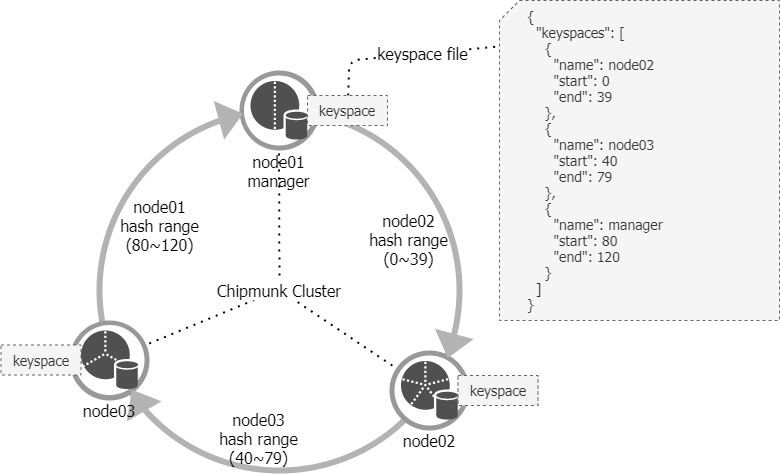
Earlier version of the draw.io export img/acm21-keyspace.png (uni2u/difs). Source tidied: cells renumbered, new cells last; positions are measured from the earlier drawing's top-left corner, leaving out a move shared by most shapes.
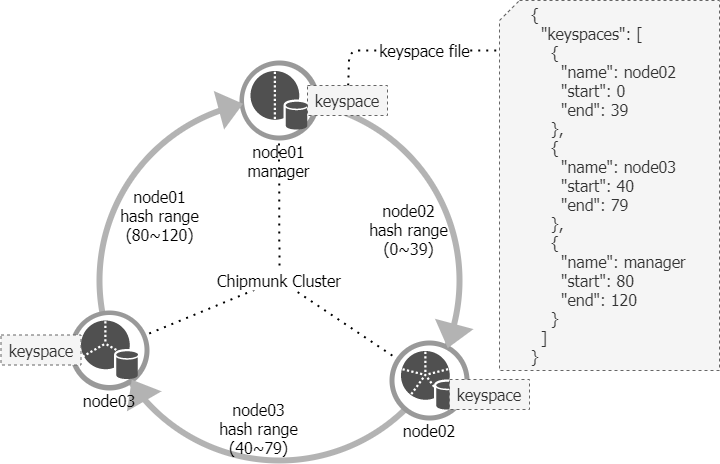
After the commit.

Diff of the diagram source:
```diff
@@ -74,23 +74,23 @@
     <mxCell id="25" value="node01&lt;br&gt;hash range&lt;br&gt;(80~120)" style="text;html=1;strokeColor=none;fillColor=none;align=center;verticalAlign=middle;whiteSpace=wrap;rounded=0;fontSize=16;fontFamily=Tahoma;" parent="1" vertex="1">
       <mxGeometry x="98" y="190" width="121" height="70" as="geometry" />
     </mxCell>
-    <mxCell id="26" value="&lt;span style=&quot;font-size: 14px;&quot;&gt;&amp;nbsp; &amp;nbsp; &amp;nbsp; {&lt;/span&gt;&lt;br style=&quot;font-size: 14px;&quot;&gt;&amp;nbsp; &amp;nbsp; &amp;nbsp;&amp;nbsp;&lt;span style=&quot;font-size: 14px;&quot;&gt;&amp;nbsp; &quot;keyspaces&quot;: [&lt;/span&gt;&lt;br style=&quot;font-size: 14px;&quot;&gt;&amp;nbsp; &amp;nbsp; &amp;nbsp;&amp;nbsp;&lt;span style=&quot;font-size: 14px;&quot;&gt;&amp;nbsp; &amp;nbsp; {&lt;/span&gt;&lt;br style=&quot;font-size: 14px;&quot;&gt;&amp;nbsp; &amp;nbsp; &amp;nbsp;&amp;nbsp;&lt;span style=&quot;font-size: 14px;&quot;&gt;&amp;nbsp; &amp;nbsp; &amp;nbsp; &quot;name&quot;: node02&lt;/span&gt;&lt;br style=&quot;font-size: 14px;&quot;&gt;&amp;nbsp; &amp;nbsp; &amp;nbsp;&amp;nbsp;&lt;span style=&quot;font-size: 14px;&quot;&gt;&amp;nbsp; &amp;nbsp; &amp;nbsp; &quot;start&quot;: 0&lt;/span&gt;&lt;br style=&quot;font-size: 14px;&quot;&gt;&amp;nbsp; &amp;nbsp; &amp;nbsp;&amp;nbsp;&lt;span style=&quot;font-size: 14px;&quot;&gt;&amp;nbsp; &amp;nbsp; &amp;nbsp; &quot;end&quot;: 39&lt;/span&gt;&lt;br style=&quot;font-size: 14px;&quot;&gt;&amp;nbsp; &amp;nbsp; &amp;nbsp;&amp;nbsp;&lt;span style=&quot;font-size: 14px;&quot;&gt;&amp;nbsp; &amp;nbsp; },&lt;/span&gt;&lt;br style=&quot;font-size: 14px;&quot;&gt;&amp;nbsp; &amp;nbsp; &amp;nbsp;&amp;nbsp;&lt;span style=&quot;font-size: 14px;&quot;&gt;&amp;nbsp; &amp;nbsp; {&lt;/span&gt;&lt;br style=&quot;font-size: 14px;&quot;&gt;&amp;nbsp; &amp;nbsp; &amp;nbsp;&amp;nbsp;&lt;span style=&quot;font-size: 14px;&quot;&gt;&amp;nbsp; &amp;nbsp; &amp;nbsp; &quot;name&quot;: node03&lt;/span&gt;&lt;br style=&quot;font-size: 14px;&quot;&gt;&amp;nbsp; &amp;nbsp; &amp;nbsp;&amp;nbsp;&lt;span style=&quot;font-size: 14px;&quot;&gt;&amp;nbsp; &amp;nbsp; &amp;nbsp; &quot;start&quot;: 40&lt;/span&gt;&lt;br style=&quot;font-size: 14px;&quot;&gt;&amp;nbsp; &amp;nbsp; &amp;nbsp;&amp;nbsp;&lt;span style=&quot;font-size: 14px;&quot;&gt;&amp;nbsp; &amp;nbsp; &amp;nbsp; &quot;end&quot;: 79&lt;/span&gt;&lt;br style=&quot;font-size: 14px;&quot;&gt;&amp;nbsp; &amp;nbsp; &amp;nbsp;&amp;nbsp;&lt;span style=&quot;font-size: 14px;&quot;&gt;&amp;nbsp; &amp;nbsp; },&lt;/span&gt;&lt;br style=&quot;font-size: 14px;&quot;&gt;&amp;nbsp; &amp;nbsp; &amp;nbsp;&amp;nbsp;&lt;span style=&quot;font-size: 14px;&quot;&gt;&amp;nbsp; &amp;nbsp; {&lt;/span&gt;&lt;br style=&quot;font-size: 14px;&quot;&gt;&amp;nbsp; &amp;nbsp; &amp;nbsp;&amp;nbsp;&lt;span style=&quot;font-size: 14px;&quot;&gt;&amp;nbsp; &amp;nbsp; &amp;nbsp; &quot;name&quot;: manager&lt;/span&gt;&lt;br style=&quot;font-size: 14px;&quot;&gt;&amp;nbsp; &amp;nbsp; &amp;nbsp;&amp;nbsp;&lt;span style=&quot;font-size: 14px;&quot;&gt;&amp;nbsp; &amp;nbsp; &amp;nbsp; &quot;start&quot;: 80&lt;/span&gt;&lt;br style=&quot;font-size: 14px;&quot;&gt;&amp;nbsp; &amp;nbsp; &amp;nbsp;&amp;nbsp;&lt;span style=&quot;font-size: 14px;&quot;&gt;&amp;nbsp; &amp;nbsp; &amp;nbsp; &quot;end&quot;: 120&lt;/span&gt;&lt;br style=&quot;font-size: 14px;&quot;&gt;&amp;nbsp; &amp;nbsp; &amp;nbsp;&amp;nbsp;&lt;span style=&quot;font-size: 14px;&quot;&gt;&amp;nbsp; &amp;nbsp; }&lt;/span&gt;&lt;br style=&quot;font-size: 14px;&quot;&gt;&amp;nbsp; &amp;nbsp; &amp;nbsp;&amp;nbsp;&lt;span style=&quot;font-size: 14px;&quot;&gt;&amp;nbsp; ]&lt;/span&gt;&lt;br style=&quot;font-size: 14px;&quot;&gt;&amp;nbsp; &amp;nbsp; &amp;nbsp;&amp;nbsp;&lt;span style=&quot;font-size: 14px;&quot;&gt;}&lt;/span&gt;" style="shape=card;whiteSpace=wrap;html=1;dashed=1;fillColor=#f5f5f5;fontFamily=Tahoma;fontSize=14;align=left;strokeColor=#666666;fontColor=#333333;size=20;" parent="1" vertex="1">
-      <mxGeometry x="498" width="280" height="320" as="geometry" />
+    <mxCell id="26" value="&lt;span style=&quot;font-size: 16px;&quot;&gt;&amp;nbsp; &amp;nbsp; &amp;nbsp; {&lt;/span&gt;&lt;br style=&quot;font-size: 16px;&quot;&gt;&amp;nbsp; &amp;nbsp; &amp;nbsp;&amp;nbsp;&lt;span style=&quot;font-size: 16px;&quot;&gt;&amp;nbsp; &quot;keyspaces&quot;: [&lt;/span&gt;&lt;br style=&quot;font-size: 16px;&quot;&gt;&amp;nbsp; &amp;nbsp; &amp;nbsp;&amp;nbsp;&lt;span style=&quot;font-size: 16px;&quot;&gt;&amp;nbsp; &amp;nbsp; {&lt;/span&gt;&lt;br style=&quot;font-size: 16px;&quot;&gt;&amp;nbsp; &amp;nbsp; &amp;nbsp;&amp;nbsp;&lt;span style=&quot;font-size: 16px;&quot;&gt;&amp;nbsp; &amp;nbsp; &amp;nbsp; &quot;name&quot;: node02&lt;/span&gt;&lt;br style=&quot;font-size: 16px;&quot;&gt;&amp;nbsp; &amp;nbsp; &amp;nbsp;&amp;nbsp;&lt;span style=&quot;font-size: 16px;&quot;&gt;&amp;nbsp; &amp;nbsp; &amp;nbsp; &quot;start&quot;: 0&lt;/span&gt;&lt;br style=&quot;font-size: 16px;&quot;&gt;&amp;nbsp; &amp;nbsp; &amp;nbsp;&amp;nbsp;&lt;span style=&quot;font-size: 16px;&quot;&gt;&amp;nbsp; &amp;nbsp; &amp;nbsp; &quot;end&quot;: 39&lt;/span&gt;&lt;br style=&quot;font-size: 16px;&quot;&gt;&amp;nbsp; &amp;nbsp; &amp;nbsp;&amp;nbsp;&lt;span style=&quot;font-size: 16px;&quot;&gt;&amp;nbsp; &amp;nbsp; },&lt;/span&gt;&lt;br style=&quot;font-size: 16px;&quot;&gt;&amp;nbsp; &amp;nbsp; &amp;nbsp;&amp;nbsp;&lt;span style=&quot;font-size: 16px;&quot;&gt;&amp;nbsp; &amp;nbsp; {&lt;/span&gt;&lt;br style=&quot;font-size: 16px;&quot;&gt;&amp;nbsp; &amp;nbsp; &amp;nbsp;&amp;nbsp;&lt;span style=&quot;font-size: 16px;&quot;&gt;&amp;nbsp; &amp;nbsp; &amp;nbsp; &quot;name&quot;: node03&lt;/span&gt;&lt;br style=&quot;font-size: 16px;&quot;&gt;&amp;nbsp; &amp;nbsp; &amp;nbsp;&amp;nbsp;&lt;span style=&quot;font-size: 16px;&quot;&gt;&amp;nbsp; &amp;nbsp; &amp;nbsp; &quot;start&quot;: 40&lt;/span&gt;&lt;br style=&quot;font-size: 16px;&quot;&gt;&amp;nbsp; &amp;nbsp; &amp;nbsp;&amp;nbsp;&lt;span style=&quot;font-size: 16px;&quot;&gt;&amp;nbsp; &amp;nbsp; &amp;nbsp; &quot;end&quot;: 79&lt;/span&gt;&lt;br style=&quot;font-size: 16px;&quot;&gt;&amp;nbsp; &amp;nbsp; &amp;nbsp;&amp;nbsp;&lt;span style=&quot;font-size: 16px;&quot;&gt;&amp;nbsp; &amp;nbsp; },&lt;/span&gt;&lt;br style=&quot;font-size: 16px;&quot;&gt;&amp;nbsp; &amp;nbsp; &amp;nbsp;&amp;nbsp;&lt;span style=&quot;font-size: 16px;&quot;&gt;&amp;nbsp; &amp;nbsp; {&lt;/span&gt;&lt;br style=&quot;font-size: 16px;&quot;&gt;&amp;nbsp; &amp;nbsp; &amp;nbsp;&amp;nbsp;&lt;span style=&quot;font-size: 16px;&quot;&gt;&amp;nbsp; &amp;nbsp; &amp;nbsp; &quot;name&quot;: manager&lt;/span&gt;&lt;br style=&quot;font-size: 16px;&quot;&gt;&amp;nbsp; &amp;nbsp; &amp;nbsp;&amp;nbsp;&lt;span style=&quot;font-size: 16px;&quot;&gt;&amp;nbsp; &amp;nbsp; &amp;nbsp; &quot;start&quot;: 80&lt;/span&gt;&lt;br style=&quot;font-size: 16px;&quot;&gt;&amp;nbsp; &amp;nbsp; &amp;nbsp;&amp;nbsp;&lt;span style=&quot;font-size: 16px;&quot;&gt;&amp;nbsp; &amp;nbsp; &amp;nbsp; &quot;end&quot;: 120&lt;/span&gt;&lt;br style=&quot;font-size: 16px;&quot;&gt;&amp;nbsp; &amp;nbsp; &amp;nbsp;&amp;nbsp;&lt;span style=&quot;font-size: 16px;&quot;&gt;&amp;nbsp; &amp;nbsp; }&lt;/span&gt;&lt;br style=&quot;font-size: 16px;&quot;&gt;&amp;nbsp; &amp;nbsp; &amp;nbsp;&amp;nbsp;&lt;span style=&quot;font-size: 16px;&quot;&gt;&amp;nbsp; ]&lt;/span&gt;&lt;br style=&quot;font-size: 16px;&quot;&gt;&amp;nbsp; &amp;nbsp; &amp;nbsp;&amp;nbsp;&lt;span style=&quot;font-size: 16px;&quot;&gt;}&lt;/span&gt;" style="shape=card;whiteSpace=wrap;html=1;dashed=1;fillColor=#f5f5f5;fontFamily=Tahoma;fontSize=16;align=left;strokeColor=#666666;fontColor=#333333;size=20;" parent="1" vertex="1">
+      <mxGeometry x="498" y="10" width="220" height="370" as="geometry" />
     </mxCell>
-    <mxCell id="27" value="&lt;font style=&quot;font-size: 16px&quot;&gt;keyspace file&lt;/font&gt;" style="endArrow=none;dashed=1;html=1;dashPattern=1 3;strokeWidth=2;fontFamily=Tahoma;fontSize=14;entryX=-0.007;entryY=0.144;entryDx=0;entryDy=0;entryPerimeter=0;" parent="1" edge="1" source="30" target="26">
+    <mxCell id="27" value="&lt;font style=&quot;font-size: 16px&quot;&gt;keyspace file&lt;/font&gt;" style="endArrow=none;dashed=1;html=1;dashPattern=1 3;strokeWidth=2;fontFamily=Tahoma;fontSize=14;entryX=0.007;entryY=0.135;entryDx=0;entryDy=0;entryPerimeter=0;" parent="1" edge="1" source="30" target="26">
       <mxGeometry x="0.18" relative="1" as="geometry">
         <Array as="points">
           <mxPoint x="348" y="60" />
         </Array>
       </mxGeometry>
     </mxCell>
-    <mxCell id="28" value="keyspace" style="shape=card;whiteSpace=wrap;html=1;dashed=1;fillColor=#f5f5f5;fontFamily=Tahoma;fontSize=14;align=center;strokeColor=#666666;fontColor=#333333;size=0;" parent="1" vertex="1">
-      <mxGeometry x="456.5" y="375" width="80" height="30" as="geometry" />
+    <mxCell id="28" value="keyspace" style="shape=card;whiteSpace=wrap;html=1;dashed=1;fillColor=#f5f5f5;fontFamily=Tahoma;fontSize=16;align=center;strokeColor=#666666;fontColor=#333333;size=0;" parent="1" vertex="1">
+      <mxGeometry x="448" y="389" width="80" height="30" as="geometry" />
     </mxCell>
-    <mxCell id="29" value="keyspace" style="shape=card;whiteSpace=wrap;html=1;dashed=1;fillColor=#f5f5f5;fontFamily=Tahoma;fontSize=14;align=center;strokeColor=#666666;fontColor=#333333;size=0;" parent="1" vertex="1">
+    <mxCell id="29" value="keyspace" style="shape=card;whiteSpace=wrap;html=1;dashed=1;fillColor=#f5f5f5;fontFamily=Tahoma;fontSize=16;align=center;strokeColor=#666666;fontColor=#333333;size=0;" parent="1" vertex="1">
       <mxGeometry x="-0.5" y="344.5" width="80" height="30" as="geometry" />
     </mxCell>
-    <mxCell id="30" value="keyspace" style="shape=card;whiteSpace=wrap;html=1;dashed=1;fillColor=#f5f5f5;fontFamily=Tahoma;fontSize=14;align=center;strokeColor=#666666;fontColor=#333333;size=0;" parent="1" vertex="1">
+    <mxCell id="30" value="keyspace" style="shape=card;whiteSpace=wrap;html=1;dashed=1;fillColor=#f5f5f5;fontFamily=Tahoma;fontSize=16;align=center;strokeColor=#666666;fontColor=#333333;size=0;" parent="1" vertex="1">
       <mxGeometry x="306" y="95" width="80" height="30" as="geometry" />
     </mxCell>
   </root>
```
